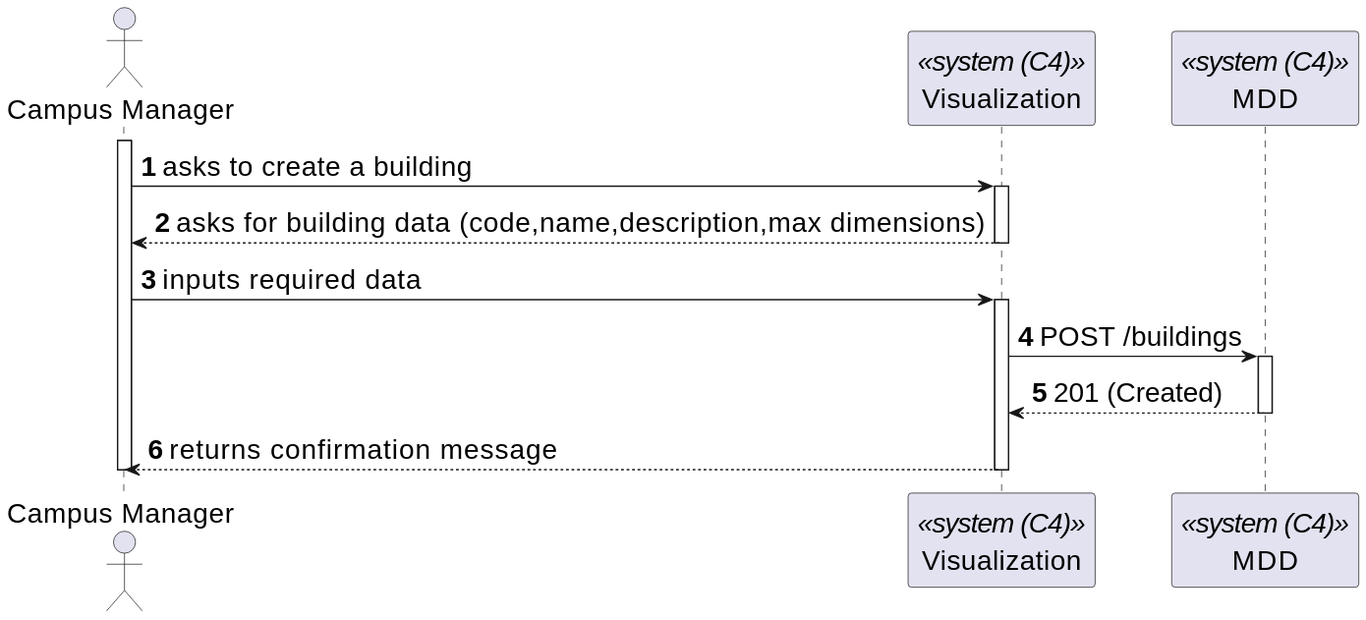
Earlier version of the PlantUML export _wiki/sprint-b/us24-1050/views/level-2/assets/process-view.svg (miseEnPlace-dev/lapr5). The source it was exported from:
```plantuml
@startuml
skinparamlocked defaultFontSize 20
autonumber

actor CM as "Campus Manager"
participant UI as "Visualization" <<system (C4)>>
participant MDD as "MDD" <<system (C4)>>

activate CM

CM -> UI : asks to create a building
activate UI

CM <-- UI : asks for building data (code,name,description,max dimensions)
deactivate UI

CM -> UI : inputs required data
activate UI

UI -> MDD : POST /buildings
activate MDD
MDD --> UI : 201 (Created)
deactivate MDD

CM <-- UI : returns confirmation message
deactivate UI


deactivate CM
@enduml
```
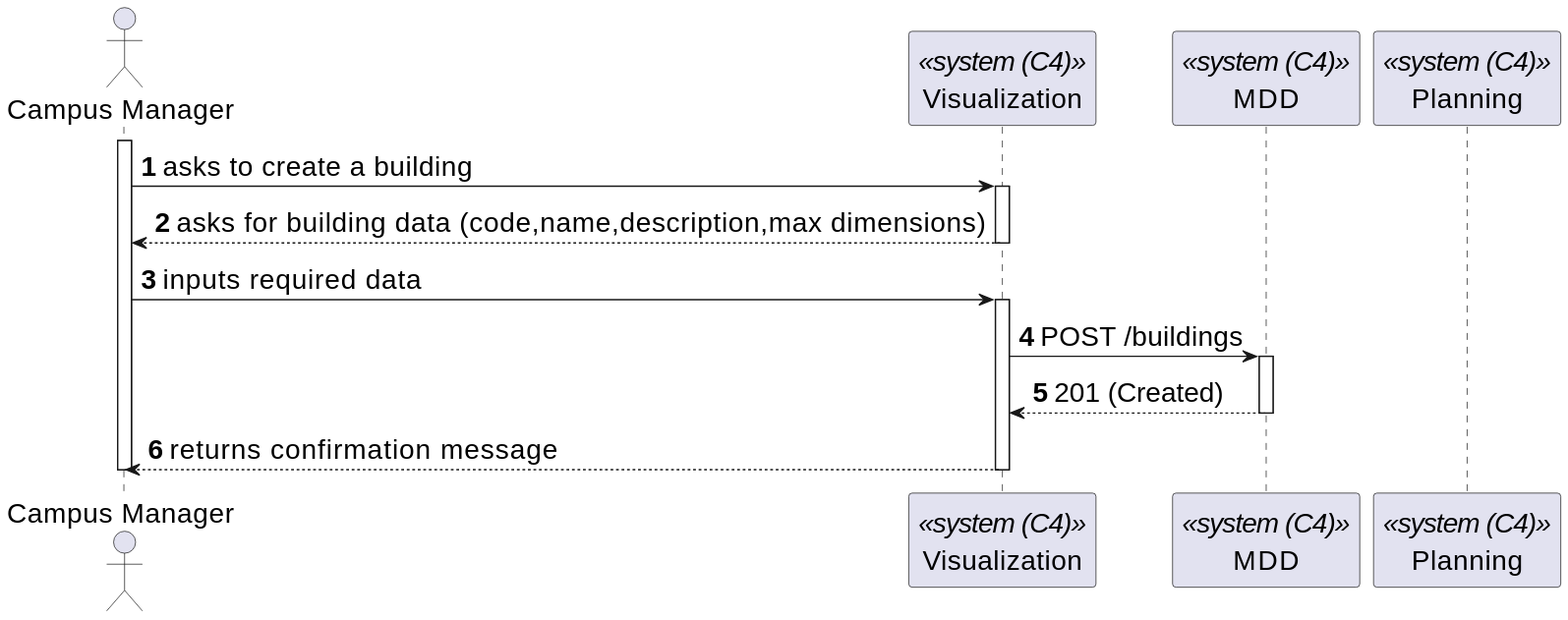
The same diagram one commit later.

What changed in the source:
```diff
@@ -5,6 +5,8 @@
 actor CM as "Campus Manager"
 participant UI as "Visualization" <<system (C4)>>
 participant MDD as "MDD" <<system (C4)>>
+participant P as "Planning" <<system (C4)>>
+
 
 activate CM
 
```
